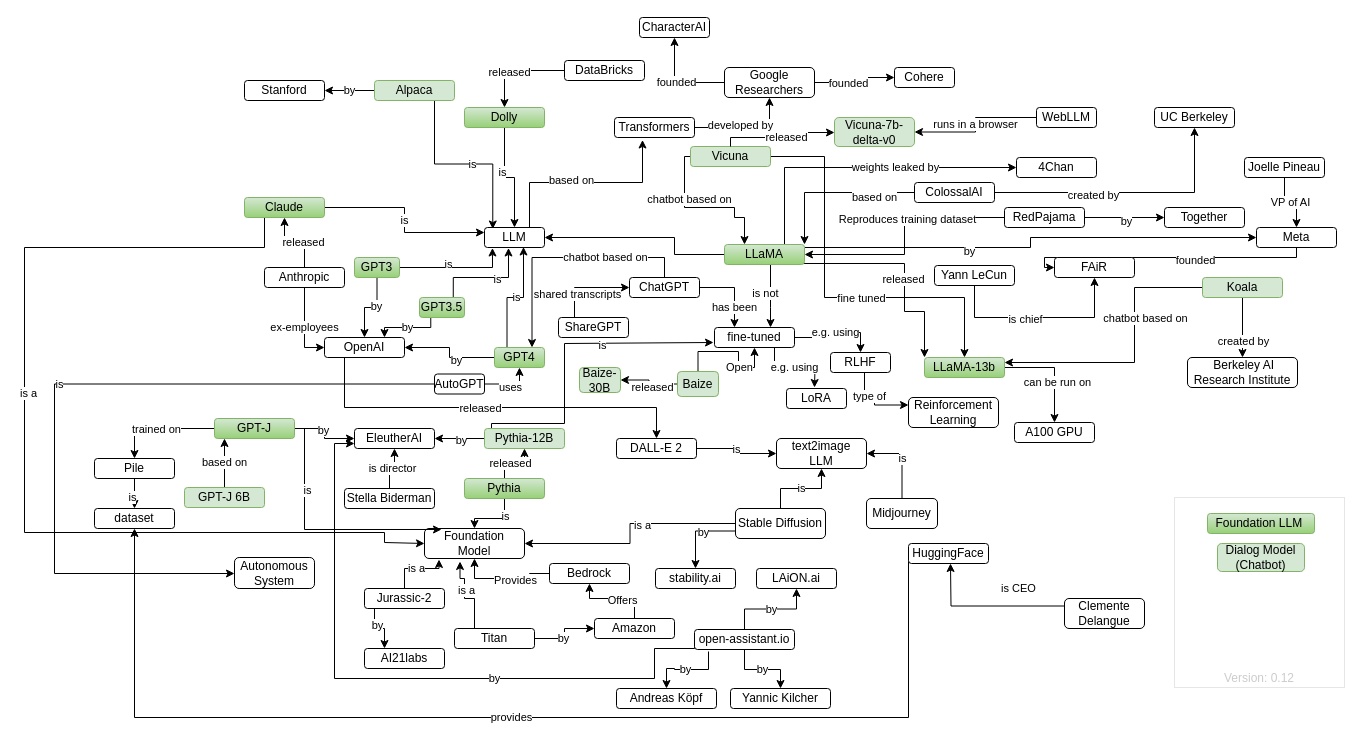
Above: generativeAI.drawio in juananpe/generativeAI (draw.io), before the change. Source tidied: cells renumbered, new cells numbered last; positions are measured from the earlier drawing's top-left corner, leaving out a move shared by most shapes. Both pictures are drawn from the tidied source at 100%, with x=0, y=0 at pixel (24, 17).
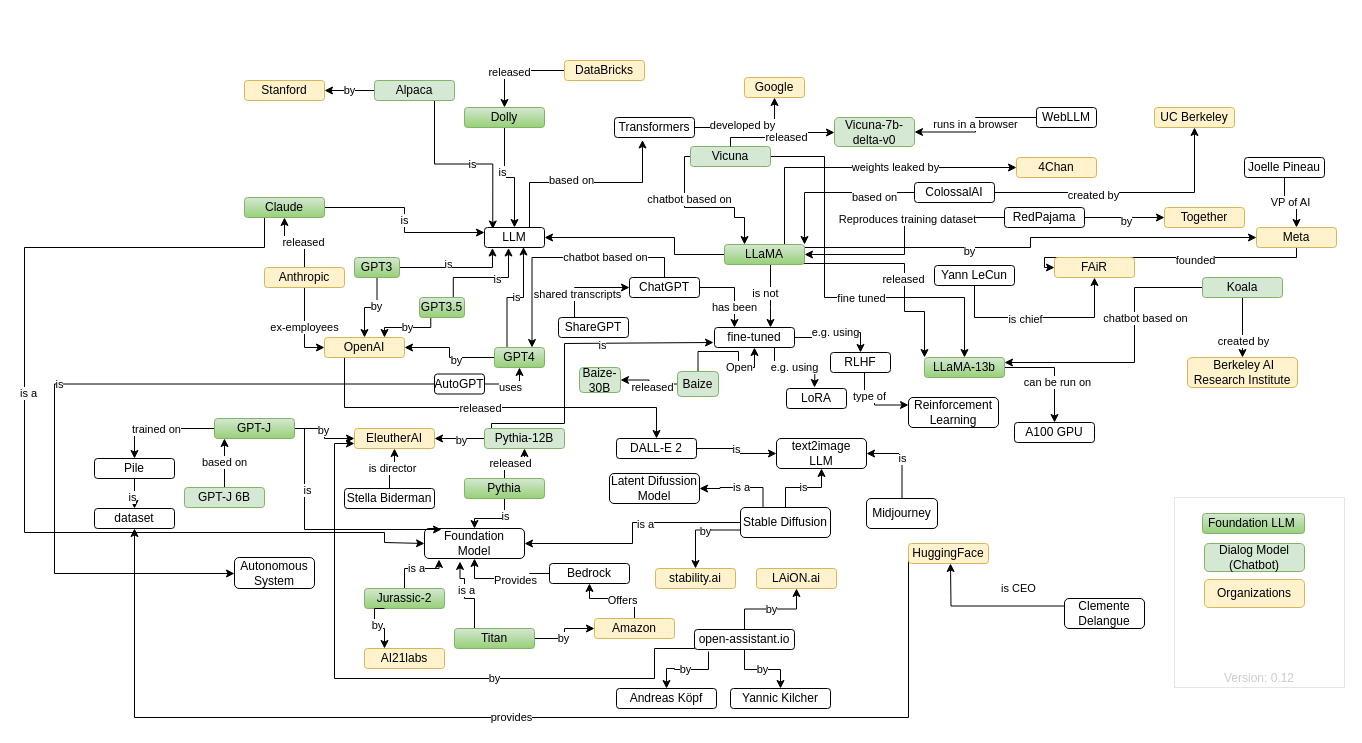
The same diagram, later.

Commit message:
add colors to orgs

The edit, as a diff of the source:
```diff
@@
-    <mxCell id="15" value="DataBricks" style="rounded=1;whiteSpace=wrap;html=1;" parent="1" vertex="1">
+    <mxCell id="15" value="DataBricks" style="rounded=1;whiteSpace=wrap;html=1;fillColor=#fff2cc;strokeColor=#d6b656;" parent="1" vertex="1">
       <mxGeometry x="540" y="43" width="80" height="20" as="geometry" />
     </mxCell>
-    <mxCell id="16" value="Stanford" style="rounded=1;whiteSpace=wrap;html=1;" parent="1" vertex="1">
+    <mxCell id="16" value="Stanford" style="rounded=1;whiteSpace=wrap;html=1;fillColor=#fff2cc;strokeColor=#d6b656;" parent="1" vertex="1">
       <mxGeometry x="220" y="63" width="80" height="20" as="geometry" />
     </mxCell>
@@
-    <mxCell id="19" value="OpenAI" style="rounded=1;whiteSpace=wrap;html=1;" parent="1" vertex="1">
+    <mxCell id="19" value="OpenAI" style="rounded=1;whiteSpace=wrap;html=1;fillColor=#fff2cc;strokeColor=#d6b656;" parent="1" vertex="1">
       <mxGeometry x="300" y="320" width="80" height="20" as="geometry" />
     </mxCell>
@@
-    <mxCell id="23" value="EleutherAI" style="rounded=1;whiteSpace=wrap;html=1;" parent="1" vertex="1">
+    <mxCell id="23" value="EleutherAI" style="rounded=1;whiteSpace=wrap;html=1;fillColor=#fff2cc;strokeColor=#d6b656;" parent="1" vertex="1">
       <mxGeometry x="330" y="411" width="80" height="20" as="geometry" />
     </mxCell>
@@
-    <mxCell id="28" value="&amp;nbsp;Berkeley AI Research Institute" style="rounded=1;whiteSpace=wrap;html=1;" parent="1" vertex="1">
+    <mxCell id="28" value="&amp;nbsp;Berkeley AI Research Institute" style="rounded=1;whiteSpace=wrap;html=1;fillColor=#fff2cc;strokeColor=#d6b656;" parent="1" vertex="1">
       <mxGeometry x="1163" y="340" width="110" height="30" as="geometry" />
     </mxCell>
@@
-    <mxCell id="40" value="UC Berkeley" style="rounded=1;whiteSpace=wrap;html=1;" parent="1" vertex="1">
+    <mxCell id="40" value="UC Berkeley" style="rounded=1;whiteSpace=wrap;html=1;fillColor=#fff2cc;strokeColor=#d6b656;" parent="1" vertex="1">
       <mxGeometry x="1130" y="90" width="80" height="20" as="geometry" />
     </mxCell>
@@
-    <mxCell id="54" value="Meta" style="rounded=1;whiteSpace=wrap;html=1;" parent="1" vertex="1">
+    <mxCell id="54" value="Meta" style="rounded=1;whiteSpace=wrap;html=1;fillColor=#fff2cc;strokeColor=#d6b656;" parent="1" vertex="1">
       <mxGeometry x="1232" y="210" width="80" height="20" as="geometry" />
     </mxCell>
@@
-    <mxCell id="66" value="FAiR" style="rounded=1;whiteSpace=wrap;html=1;" parent="1" vertex="1">
+    <mxCell id="66" value="FAiR" style="rounded=1;whiteSpace=wrap;html=1;fillColor=#fff2cc;strokeColor=#d6b656;" parent="1" vertex="1">
       <mxGeometry x="1030" y="240" width="80" height="20" as="geometry" />
     </mxCell>
@@
+    <mxCell id="195" value="is a" style="edgeStyle=orthogonalEdgeStyle;rounded=0;jettySize=auto;html=1;exitX=0.25;exitY=0;exitDx=0;exitDy=0;entryX=1;entryY=0.5;entryDx=0;entryDy=0;" parent="1" edge="1" source="76" target="197">
+      <mxGeometry relative="1" as="geometry" />
+    </mxCell>
     <mxCell id="76" value="Stable Diffusion" style="rounded=1;whiteSpace=wrap;html=1;" parent="1" vertex="1">
-      <mxGeometry x="711" y="491" width="90" height="30" as="geometry" />
+      <mxGeometry x="716" y="490" width="90" height="30" as="geometry" />
     </mxCell>
-    <mxCell id="77" value="4Chan" style="rounded=1;whiteSpace=wrap;html=1;" parent="1" vertex="1">
+    <mxCell id="77" value="4Chan" style="rounded=1;whiteSpace=wrap;html=1;fillColor=#fff2cc;strokeColor=#d6b656;" parent="1" vertex="1">
       <mxGeometry x="992" y="140" width="80" height="20" as="geometry" />
     </mxCell>
@@
-    <mxCell id="85" style="edgeStyle=orthogonalEdgeStyle;rounded=0;jettySize=auto;html=1;" parent="1" edge="1" source="88" target="89">
-      <mxGeometry relative="1" as="geometry" />
-    </mxCell>
-    <mxCell id="86" value="founded" style="edgeLabel;html=1;align=center;verticalAlign=middle;" parent="85" vertex="1">
-      <mxGeometry x="-0.22" relative="1" as="geometry" />
-    </mxCell>
-    <mxCell id="87" value="founded" style="edgeStyle=orthogonalEdgeStyle;rounded=0;jettySize=auto;html=1;" parent="1" edge="1" source="88" target="90">
-      <mxGeometry relative="1" as="geometry" />
-    </mxCell>
-    <mxCell id="88" value="Google&lt;br&gt;Researchers" style="rounded=1;whiteSpace=wrap;html=1;" parent="1" vertex="1">
-      <mxGeometry x="700" y="50" width="90" height="30" as="geometry" />
+    <mxCell id="88" value="Google" style="rounded=1;whiteSpace=wrap;html=1;fillColor=#fff2cc;strokeColor=#d6b656;" parent="1" vertex="1">
+      <mxGeometry x="720" y="60" width="60" height="20" as="geometry" />
     </mxCell>
-    <mxCell id="89" value="Cohere" style="rounded=1;whiteSpace=wrap;html=1;" parent="1" vertex="1">
-      <mxGeometry x="870" y="50" width="60" height="20" as="geometry" />
-    </mxCell>
-    <mxCell id="90" value="CharacterAI" style="rounded=1;whiteSpace=wrap;html=1;" parent="1" vertex="1">
-      <mxGeometry x="615" width="70" height="20" as="geometry" />
-    </mxCell>
@@
-    <mxCell id="92" value="HuggingFace" style="rounded=1;whiteSpace=wrap;html=1;" parent="1" vertex="1">
+    <mxCell id="92" value="HuggingFace" style="rounded=1;whiteSpace=wrap;html=1;fillColor=#fff2cc;strokeColor=#d6b656;" parent="1" vertex="1">
       <mxGeometry x="884" y="526" width="80" height="20" as="geometry" />
     </mxCell>
@@
-    <mxCell id="97" value="LAiON.ai" style="rounded=1;whiteSpace=wrap;html=1;" parent="1" vertex="1">
+    <mxCell id="97" value="LAiON.ai" style="rounded=1;whiteSpace=wrap;html=1;fillColor=#fff2cc;strokeColor=#d6b656;" parent="1" vertex="1">
       <mxGeometry x="732" y="551" width="80" height="20" as="geometry" />
     </mxCell>
@@
-    <mxCell id="101" value="Anthropic" style="rounded=1;whiteSpace=wrap;html=1;" parent="1" vertex="1">
+    <mxCell id="101" value="Anthropic" style="rounded=1;whiteSpace=wrap;html=1;fillColor=#fff2cc;strokeColor=#d6b656;" parent="1" vertex="1">
       <mxGeometry x="240" y="250" width="80" height="20" as="geometry" />
     </mxCell>
@@
-    <mxCell id="123" value="Amazon" style="rounded=1;whiteSpace=wrap;html=1;" parent="1" vertex="1">
+    <mxCell id="123" value="Amazon" style="rounded=1;whiteSpace=wrap;html=1;fillColor=#fff2cc;strokeColor=#d6b656;" parent="1" vertex="1">
       <mxGeometry x="570" y="601" width="80" height="20" as="geometry" />
     </mxCell>
@@
-    <mxCell id="129" value="Jurassic-2" style="rounded=1;whiteSpace=wrap;html=1;" parent="1" vertex="1">
+    <mxCell id="129" value="Jurassic-2" style="rounded=1;whiteSpace=wrap;html=1;fillColor=#d5e8d4;gradientColor=#97d077;strokeColor=#82b366;" parent="1" vertex="1">
       <mxGeometry x="340" y="571" width="80" height="20" as="geometry" />
     </mxCell>
@@
-    <mxCell id="132" value="AI21labs" style="rounded=1;whiteSpace=wrap;html=1;" parent="1" vertex="1">
+    <mxCell id="132" value="AI21labs" style="rounded=1;whiteSpace=wrap;html=1;fillColor=#fff2cc;strokeColor=#d6b656;" parent="1" vertex="1">
       <mxGeometry x="340" y="631" width="80" height="20" as="geometry" />
     </mxCell>
@@
-    <mxCell id="135" value="stability.ai" style="rounded=1;whiteSpace=wrap;html=1;" parent="1" vertex="1">
+    <mxCell id="135" value="stability.ai" style="rounded=1;whiteSpace=wrap;html=1;fillColor=#fff2cc;strokeColor=#d6b656;" parent="1" vertex="1">
       <mxGeometry x="631" y="551" width="80" height="20" as="geometry" />
     </mxCell>
@@
-    <mxCell id="140" value="Titan" style="rounded=1;whiteSpace=wrap;html=1;" parent="1" vertex="1">
+    <mxCell id="140" value="Titan" style="rounded=1;whiteSpace=wrap;html=1;fillColor=#d5e8d4;gradientColor=#97d077;strokeColor=#82b366;" parent="1" vertex="1">
       <mxGeometry x="430" y="611" width="80" height="20" as="geometry" />
     </mxCell>
@@
-    <mxCell id="179" value="Together" style="rounded=1;whiteSpace=wrap;html=1;" parent="1" vertex="1">
+    <mxCell id="179" value="Together" style="rounded=1;whiteSpace=wrap;html=1;fillColor=#fff2cc;strokeColor=#d6b656;" parent="1" vertex="1">
       <mxGeometry x="1140" y="190" width="80" height="20" as="geometry" />
     </mxCell>
@@
     <mxCell id="193" value="Foundation LLM&amp;nbsp;" style="rounded=1;whiteSpace=wrap;html=1;fillColor=#d5e8d4;strokeColor=#82b366;gradientColor=#97d077;" parent="1" vertex="1">
-      <mxGeometry x="1183" y="496" width="107" height="20" as="geometry" />
+      <mxGeometry x="1178" y="496" width="102" height="20" as="geometry" />
     </mxCell>
     <mxCell id="194" value="Dialog Model&lt;br&gt;(Chatbot)" style="rounded=1;whiteSpace=wrap;html=1;fillColor=#d5e8d4;strokeColor=#82b366;" parent="1" vertex="1">
-      <mxGeometry x="1193" y="526" width="87" height="28" as="geometry" />
+      <mxGeometry x="1180" y="526" width="100" height="28" as="geometry" />
     </mxCell>
+    <mxCell id="196" value="Organizations" style="rounded=1;whiteSpace=wrap;html=1;fillColor=#fff2cc;strokeColor=#d6b656;" parent="1" vertex="1">
+      <mxGeometry x="1180" y="562" width="100" height="28" as="geometry" />
+    </mxCell>
+    <mxCell id="197" value="Latent Difussion&lt;br&gt;Model" style="rounded=1;whiteSpace=wrap;html=1;" parent="1" vertex="1">
+      <mxGeometry x="585" y="456" width="90" height="30" as="geometry" />
+    </mxCell>
```
